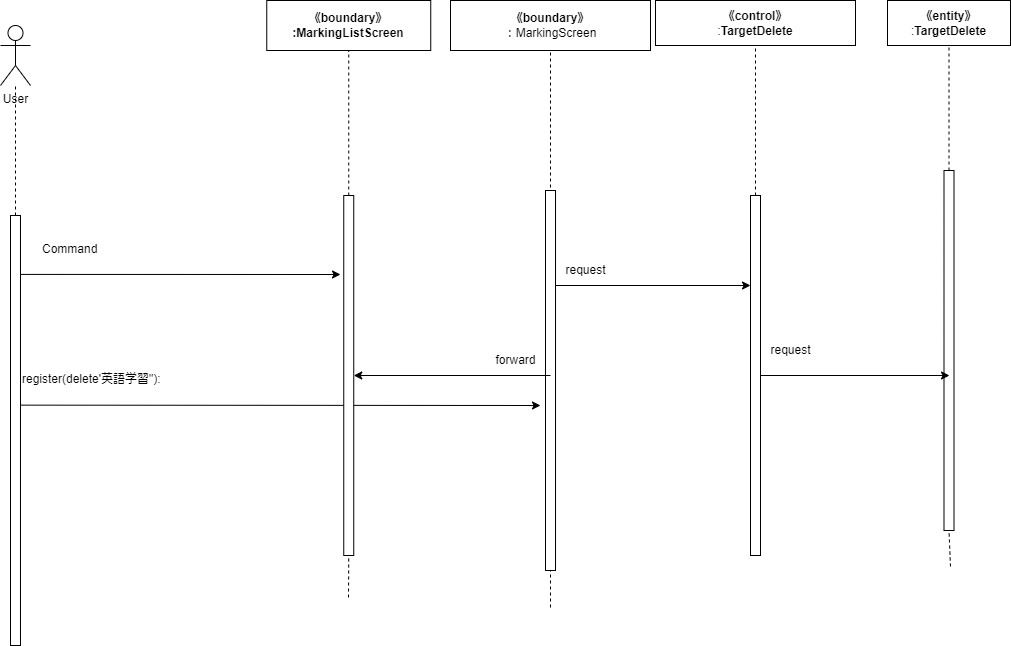
Above: Design/Sequence-9.drawio.png in Hu-Hanxu/First-App-Self-Management- (draw.io), before the change. Source tidied: cells renumbered, new cells last; positions are measured from the earlier drawing's top-left corner, leaving out a move shared by most shapes.
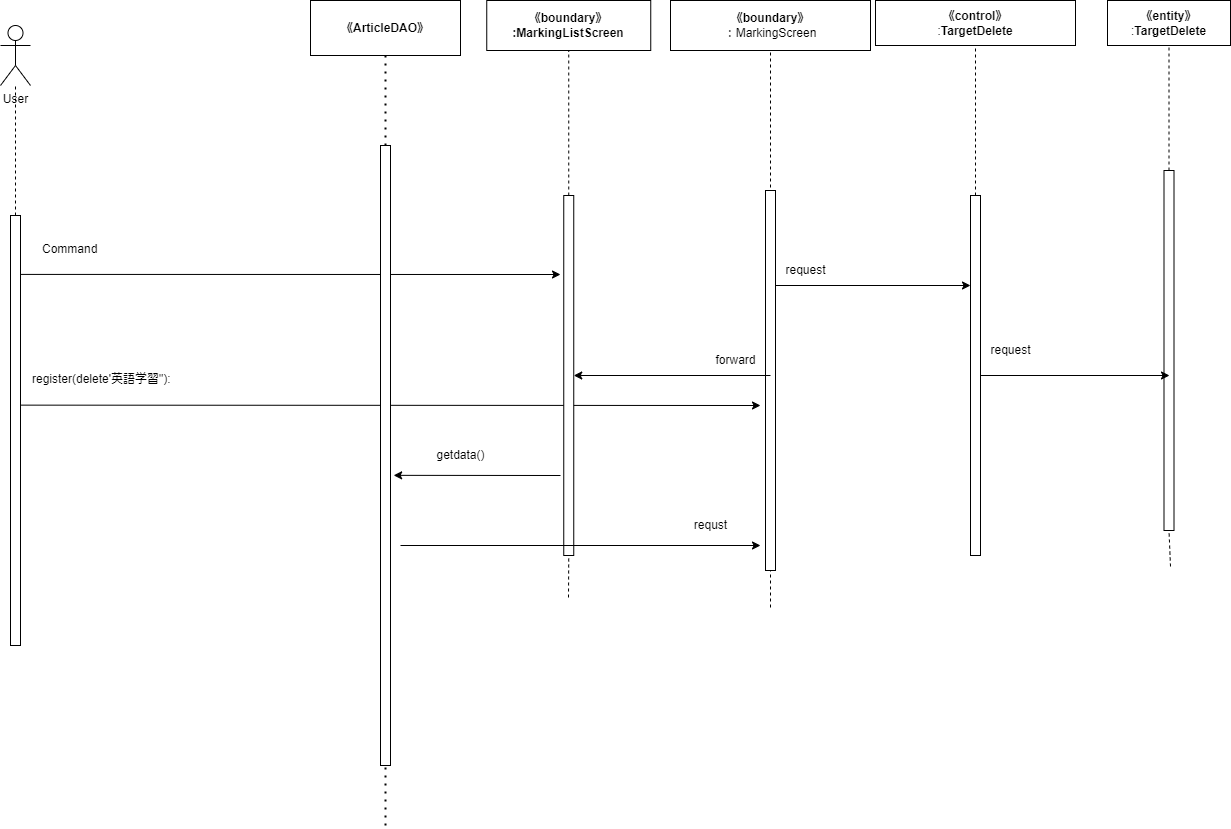
Above is the later version.

The edit, as a diff of the source:
```diff
@@ -3,11 +3,11 @@
     <mxCell id="0" />
     <mxCell id="1" parent="0" />
     <mxCell id="2" value="User" style="shape=umlActor;verticalLabelPosition=bottom;verticalAlign=top;html=1;outlineConnect=0;" parent="1" vertex="1">
-      <mxGeometry y="25" width="30" height="60" as="geometry" />
+      <mxGeometry x="-220" y="25" width="30" height="60" as="geometry" />
     </mxCell>
     <mxCell id="3" style="endArrow=none;dashed=1;html=1;exitX=0.5;exitY=0;exitDx=0;exitDy=0;" parent="1" edge="1" target="2">
       <mxGeometry relative="1" as="geometry">
-        <mxPoint x="15" y="215" as="sourcePoint" />
+        <mxPoint x="-205" y="215" as="sourcePoint" />
       </mxGeometry>
     </mxCell>
     <mxCell id="4" value="&lt;span style=&quot;font-weight: 700;&quot;&gt;《boundary》&lt;/span&gt;&lt;br style=&quot;font-weight: 700;&quot;&gt;&lt;span style=&quot;font-weight: 700;&quot;&gt;:MarkingList&lt;/span&gt;&lt;b&gt;Screen&lt;/b&gt;" style="rounded=0;whiteSpace=wrap;html=1;" parent="1" vertex="1">
@@ -25,7 +25,7 @@
       </mxGeometry>
     </mxCell>
     <mxCell id="8" style="rounded=0;whiteSpace=wrap;html=1;" parent="1" vertex="1">
-      <mxGeometry x="10" y="215" width="10" height="430" as="geometry" />
+      <mxGeometry x="-210" y="215" width="10" height="430" as="geometry" />
     </mxCell>
     <mxCell id="9" style="endArrow=none;dashed=1;html=1;entryX=0.5;entryY=1;entryDx=0;entryDy=0;startArrow=none;" parent="1" edge="1" source="11" target="4">
       <mxGeometry relative="1" as="geometry" />
@@ -67,10 +67,10 @@
       <mxGeometry x="943.5" y="170" width="10" height="360" as="geometry" />
     </mxCell>
     <mxCell id="20" value="register(delete'英語学習&quot;):" style="text;whiteSpace=wrap;html=1;" parent="1" vertex="1">
-      <mxGeometry x="20" y="365" width="280" height="40" as="geometry" />
+      <mxGeometry x="-190" y="365" width="280" height="40" as="geometry" />
     </mxCell>
     <mxCell id="21" value="Command" style="text;whiteSpace=wrap;html=1;" parent="1" vertex="1">
-      <mxGeometry x="40" y="235" width="90" height="40" as="geometry" />
+      <mxGeometry x="-180" y="235" width="90" height="40" as="geometry" />
     </mxCell>
     <mxCell id="22" style="endArrow=classic;html=1;exitX=1.055;exitY=0.137;exitDx=0;exitDy=0;exitPerimeter=0;" parent="1" edge="1" source="8">
       <mxGeometry relative="1" as="geometry">
@@ -99,5 +99,36 @@
     <mxCell id="28" value="request" style="text;html=1;align=center;verticalAlign=middle;strokeColor=none;fillColor=none;" parent="1" vertex="1">
       <mxGeometry x="760" y="335" width="60" height="30" as="geometry" />
     </mxCell>
+    <mxCell id="29" value="&lt;span style=&quot;font-weight: 700;&quot;&gt;《&lt;/span&gt;&lt;span style=&quot;font-weight: 700;&quot;&gt;ArticleDAO&lt;/span&gt;&lt;span style=&quot;font-weight: 700;&quot;&gt;》&lt;/span&gt;" style="rounded=0;whiteSpace=wrap;html=1;" parent="1" vertex="1">
+      <mxGeometry x="90" width="150" height="55" as="geometry" />
+    </mxCell>
+    <mxCell id="30" style="endArrow=none;dashed=1;html=1;dashPattern=1 3;strokeWidth=2;entryX=0.5;entryY=1;entryDx=0;entryDy=0;startArrow=none;" parent="1" edge="1" source="32" target="29">
+      <mxGeometry relative="1" as="geometry" />
+    </mxCell>
+    <mxCell id="31" style="endArrow=none;dashed=1;html=1;dashPattern=1 3;strokeWidth=2;entryX=0.5;entryY=1;entryDx=0;entryDy=0;" parent="1" edge="1" target="32">
+      <mxGeometry relative="1" as="geometry">
+        <mxPoint x="165" y="825" as="sourcePoint" />
+      </mxGeometry>
+    </mxCell>
+    <mxCell id="32" style="rounded=0;whiteSpace=wrap;html=1;" parent="1" vertex="1">
+      <mxGeometry x="160" y="145" width="10" height="620" as="geometry" />
+    </mxCell>
+    <mxCell id="33" value="getdata()" style="text;html=1;align=center;verticalAlign=middle;strokeColor=none;fillColor=none;" parent="1" vertex="1">
+      <mxGeometry x="205" y="440" width="70" height="30" as="geometry" />
+    </mxCell>
+    <mxCell id="34" style="endArrow=classic;html=1;entryX=1.315;entryY=0.532;entryDx=0;entryDy=0;entryPerimeter=0;" parent="1" edge="1" target="32">
+      <mxGeometry relative="1" as="geometry">
+        <mxPoint x="340" y="475" as="sourcePoint" />
+      </mxGeometry>
+    </mxCell>
+    <mxCell id="35" style="endArrow=classic;html=1;" parent="1" edge="1">
+      <mxGeometry relative="1" as="geometry">
+        <mxPoint x="180" y="545" as="sourcePoint" />
+        <mxPoint x="540" y="545" as="targetPoint" />
+      </mxGeometry>
+    </mxCell>
+    <mxCell id="36" value="requst" style="text;html=1;align=center;verticalAlign=middle;strokeColor=none;fillColor=none;" parent="1" vertex="1">
+      <mxGeometry x="460" y="510" width="60" height="30" as="geometry" />
+    </mxCell>
   </root>
 </mxGraphModel>
```
